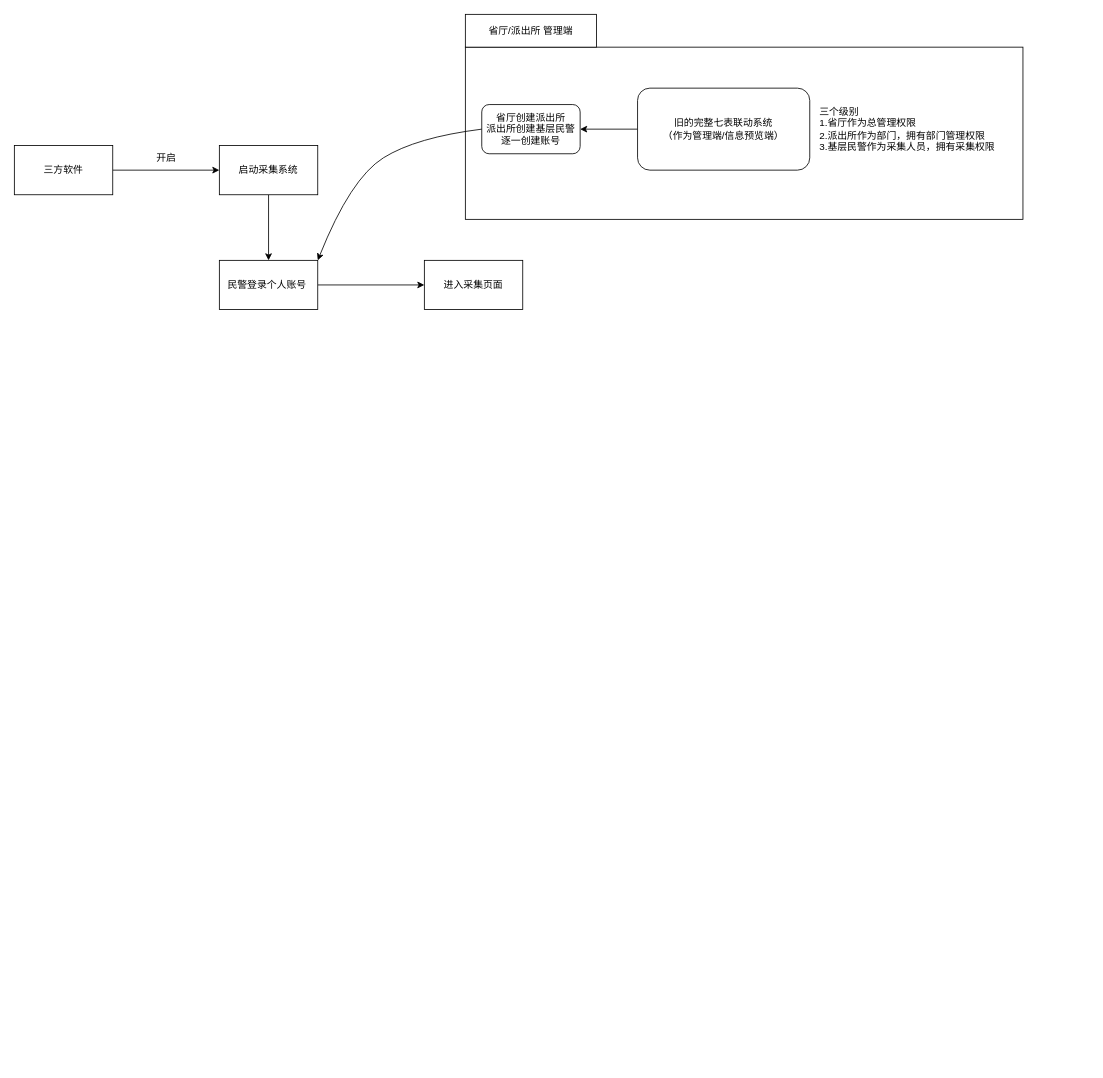
This is JiangXi_HandWritingDataCollectPreview.drawio from 15140252710/OneGithubProject, a draw.io file, before an edit. Source tidied: cells renumbered, new cells numbered last; positions are measured from the earlier drawing's top-left corner, leaving out a move shared by most shapes. Both pictures are drawn from the tidied source at 82%, with x=0, y=0 at pixel (14, 14).
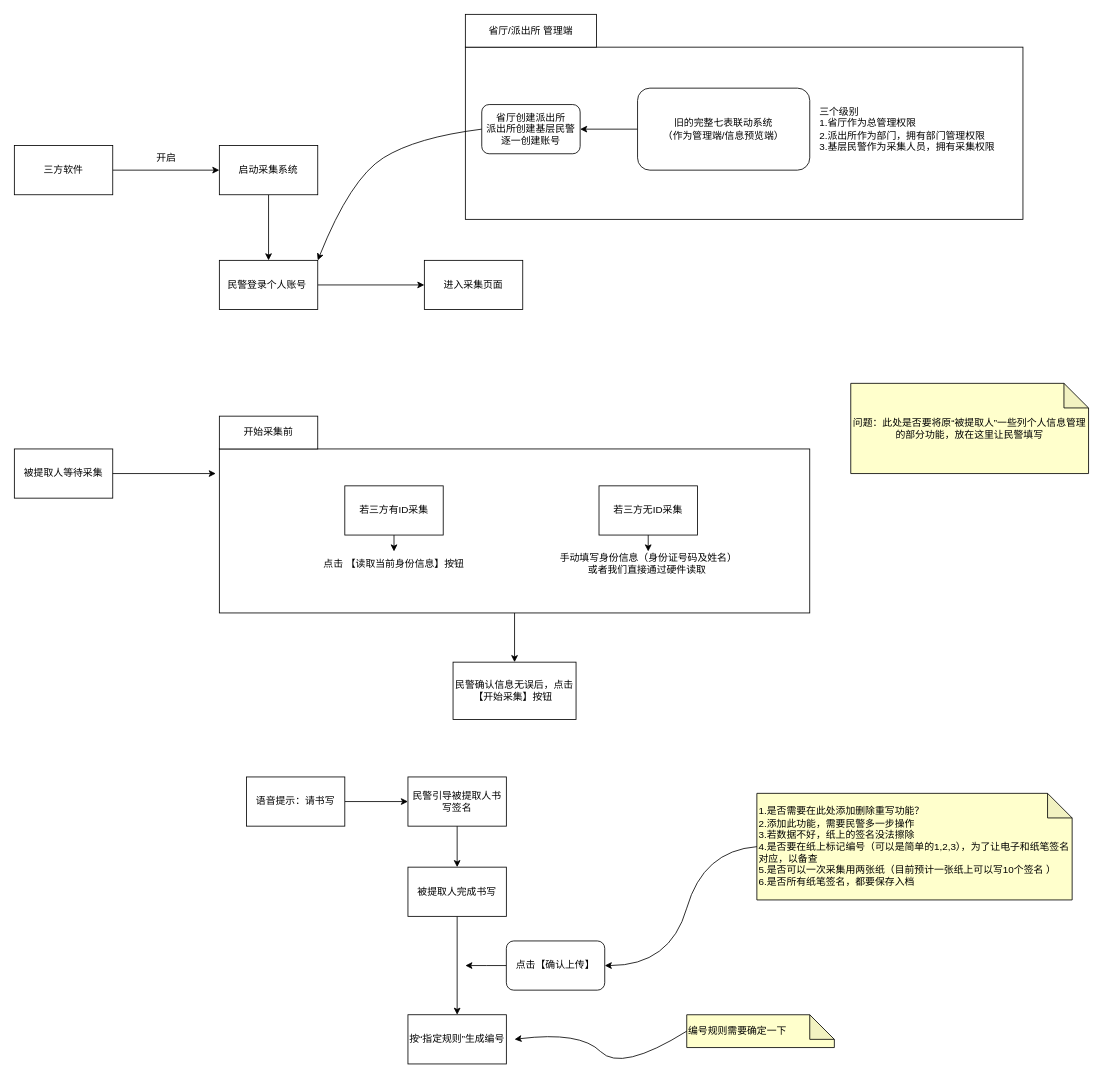
The same diagram, later.

What changed in the source:
```diff
@@
+    <mxCell id="17" style="edgeStyle=orthogonalEdgeStyle;rounded=0;jettySize=auto;html=1;exitX=0.5;exitY=1;exitDx=0;exitDy=0;entryX=0.5;entryY=0;entryDx=0;entryDy=0;" parent="1" edge="1" source="18" target="29">
+      <mxGeometry relative="1" as="geometry" />
+    </mxCell>
+    <mxCell id="18" style="rounded=0;whiteSpace=wrap;html=1;" parent="1" vertex="1">
+      <mxGeometry x="250" y="530" width="720" height="200" as="geometry" />
+    </mxCell>
@@
+    <mxCell id="19" value="被提取人等待采集" style="rounded=0;whiteSpace=wrap;html=1;" parent="1" vertex="1">
+      <mxGeometry y="530" width="120" height="60" as="geometry" />
+    </mxCell>
+    <mxCell id="20" style="edgeStyle=orthogonalEdgeStyle;rounded=0;jettySize=auto;html=1;exitX=0.5;exitY=1;exitDx=0;exitDy=0;entryX=0.5;entryY=0;entryDx=0;entryDy=0;" parent="1" edge="1" source="21" target="22">
+      <mxGeometry relative="1" as="geometry" />
+    </mxCell>
+    <mxCell id="21" value="若三方有ID采集" style="rounded=0;whiteSpace=wrap;html=1;" parent="1" vertex="1">
+      <mxGeometry x="403" y="575" width="120" height="60" as="geometry" />
+    </mxCell>
+    <mxCell id="22" value="点击 【读取当前身份信息】按钮" style="text;html=1;align=center;verticalAlign=middle;whiteSpace=wrap;rounded=0;" parent="1" vertex="1">
+      <mxGeometry x="370" y="655" width="186" height="30" as="geometry" />
+    </mxCell>
+    <mxCell id="23" style="edgeStyle=orthogonalEdgeStyle;rounded=0;jettySize=auto;html=1;exitX=0.5;exitY=1;exitDx=0;exitDy=0;entryX=0.5;entryY=0;entryDx=0;entryDy=0;" parent="1" edge="1" source="24" target="25">
+      <mxGeometry relative="1" as="geometry" />
+    </mxCell>
+    <mxCell id="24" value="若三方无ID采集" style="rounded=0;whiteSpace=wrap;html=1;" parent="1" vertex="1">
+      <mxGeometry x="713" y="575" width="120" height="60" as="geometry" />
+    </mxCell>
+    <mxCell id="25" value="手动填写身份信息（身份证号码及姓名）&lt;div&gt;或者我们直接通过硬件读取&amp;nbsp;&lt;/div&gt;" style="text;html=1;align=center;verticalAlign=middle;whiteSpace=wrap;rounded=0;" parent="1" vertex="1">
+      <mxGeometry x="640.5" y="655" width="265" height="30" as="geometry" />
+    </mxCell>
+    <mxCell id="26" value="问题：此处是否要将原“被提取人”一些列个人信息管理的部分功能，放在这里让民警填写" style="shape=note;whiteSpace=wrap;html=1;backgroundOutline=1;darkOpacity=0.05;fillColor=#FFFFCC;verticalAlign=middle;" parent="1" vertex="1">
+      <mxGeometry x="1020" y="450" width="290" height="110" as="geometry" />
+    </mxCell>
+    <mxCell id="27" style="edgeStyle=orthogonalEdgeStyle;rounded=0;jettySize=auto;html=1;exitX=1;exitY=0.5;exitDx=0;exitDy=0;entryX=-0.006;entryY=0.15;entryDx=0;entryDy=0;entryPerimeter=0;" parent="1" edge="1" source="19" target="18">
+      <mxGeometry relative="1" as="geometry" />
+    </mxCell>
+    <mxCell id="28" value="开始采集前" style="rounded=0;whiteSpace=wrap;html=1;" parent="1" vertex="1">
+      <mxGeometry x="250" y="490" width="120" height="40" as="geometry" />
+    </mxCell>
+    <mxCell id="29" value="民警确认信息无误后，点击&lt;div&gt;【开始采集】按钮&amp;nbsp;&lt;/div&gt;" style="rounded=0;whiteSpace=wrap;html=1;" parent="1" vertex="1">
+      <mxGeometry x="535" y="790" width="150" height="70" as="geometry" />
+    </mxCell>
+    <mxCell id="30" style="edgeStyle=orthogonalEdgeStyle;rounded=0;jettySize=auto;html=1;exitX=1;exitY=0.5;exitDx=0;exitDy=0;" parent="1" edge="1" source="31" target="33">
+      <mxGeometry relative="1" as="geometry" />
+    </mxCell>
+    <mxCell id="31" value="语音提示：请书写" style="rounded=0;whiteSpace=wrap;html=1;" parent="1" vertex="1">
+      <mxGeometry x="283" y="930" width="120" height="60" as="geometry" />
+    </mxCell>
+    <mxCell id="32" style="edgeStyle=orthogonalEdgeStyle;rounded=0;jettySize=auto;html=1;exitX=0.5;exitY=1;exitDx=0;exitDy=0;entryX=0.5;entryY=0;entryDx=0;entryDy=0;" parent="1" edge="1" source="33" target="35">
+      <mxGeometry relative="1" as="geometry" />
+    </mxCell>
+    <mxCell id="33" value="民警引导被提取人书写签名" style="rounded=0;whiteSpace=wrap;html=1;" parent="1" vertex="1">
+      <mxGeometry x="480" y="930" width="120" height="60" as="geometry" />
+    </mxCell>
+    <mxCell id="34" style="edgeStyle=orthogonalEdgeStyle;rounded=0;jettySize=auto;html=1;exitX=0.5;exitY=1;exitDx=0;exitDy=0;entryX=0.5;entryY=0;entryDx=0;entryDy=0;" parent="1" edge="1" source="35" target="39">
+      <mxGeometry relative="1" as="geometry" />
+    </mxCell>
+    <mxCell id="35" value="被提取人完成书写" style="rounded=0;whiteSpace=wrap;html=1;" parent="1" vertex="1">
+      <mxGeometry x="480" y="1040" width="120" height="60" as="geometry" />
+    </mxCell>
+    <mxCell id="36" style="edgeStyle=orthogonalEdgeStyle;rounded=0;jettySize=auto;html=1;exitX=0;exitY=0.5;exitDx=0;exitDy=0;" parent="1" edge="1" source="37">
+      <mxGeometry relative="1" as="geometry">
+        <mxPoint x="550" y="1160" as="targetPoint" />
+      </mxGeometry>
+    </mxCell>
+    <mxCell id="37" value="点击【确认上传】" style="rounded=1;whiteSpace=wrap;html=1;" parent="1" vertex="1">
+      <mxGeometry x="600" y="1130" width="120" height="60" as="geometry" />
+    </mxCell>
+    <mxCell id="38" value="1.是否需要在此处添加删除重写功能？&lt;div&gt;2.添加此功能，需要民警多一步操作&lt;/div&gt;&lt;div&gt;3.若数据不好，纸上的签名没法擦除&lt;/div&gt;&lt;div&gt;4.是否要在纸上标记编号（可以是简单的1,2,3），为了让电子和纸笔签名对应，以备查&lt;/div&gt;&lt;div&gt;5.是否可以一次采集用两张纸（目前预计一张纸上可以写10个签名 ）&lt;/div&gt;&lt;div&gt;6.是否所有纸笔签名，都要保存入档&lt;/div&gt;" style="shape=note;whiteSpace=wrap;html=1;backgroundOutline=1;darkOpacity=0.05;fillColor=#FFFFCC;verticalAlign=middle;align=left;" parent="1" vertex="1">
+      <mxGeometry x="905.5" y="950" width="384.5" height="130" as="geometry" />
+    </mxCell>
+    <mxCell id="39" value="按“指定规则”生成编号" style="rounded=0;whiteSpace=wrap;html=1;" parent="1" vertex="1">
+      <mxGeometry x="480" y="1220" width="120" height="60" as="geometry" />
+    </mxCell>
+    <mxCell id="40" style="curved=1;endArrow=classic;html=1;rounded=0;exitX=0;exitY=0.5;exitDx=0;exitDy=0;exitPerimeter=0;entryX=1;entryY=0.5;entryDx=0;entryDy=0;" parent="1" edge="1" source="38" target="37">
+      <mxGeometry relative="1" as="geometry">
+        <Array as="points">
+          <mxPoint x="840" y="1020" />
+          <mxPoint x="800" y="1160" />
+        </Array>
+      </mxGeometry>
+    </mxCell>
+    <mxCell id="41" value="编号规则需要确定一下" style="shape=note;whiteSpace=wrap;html=1;backgroundOutline=1;darkOpacity=0.05;fillColor=#FFFFCC;verticalAlign=middle;align=left;" parent="1" vertex="1">
+      <mxGeometry x="820" y="1220" width="180" height="40" as="geometry" />
+    </mxCell>
+    <mxCell id="42" style="curved=1;endArrow=classic;html=1;rounded=0;exitX=0;exitY=0.5;exitDx=0;exitDy=0;exitPerimeter=0;" parent="1" edge="1" source="41">
+      <mxGeometry relative="1" as="geometry">
+        <mxPoint x="610" y="1250" as="targetPoint" />
+        <Array as="points">
+          <mxPoint x="740" y="1290" />
+          <mxPoint x="690" y="1240" />
+        </Array>
+      </mxGeometry>
+    </mxCell>
```
